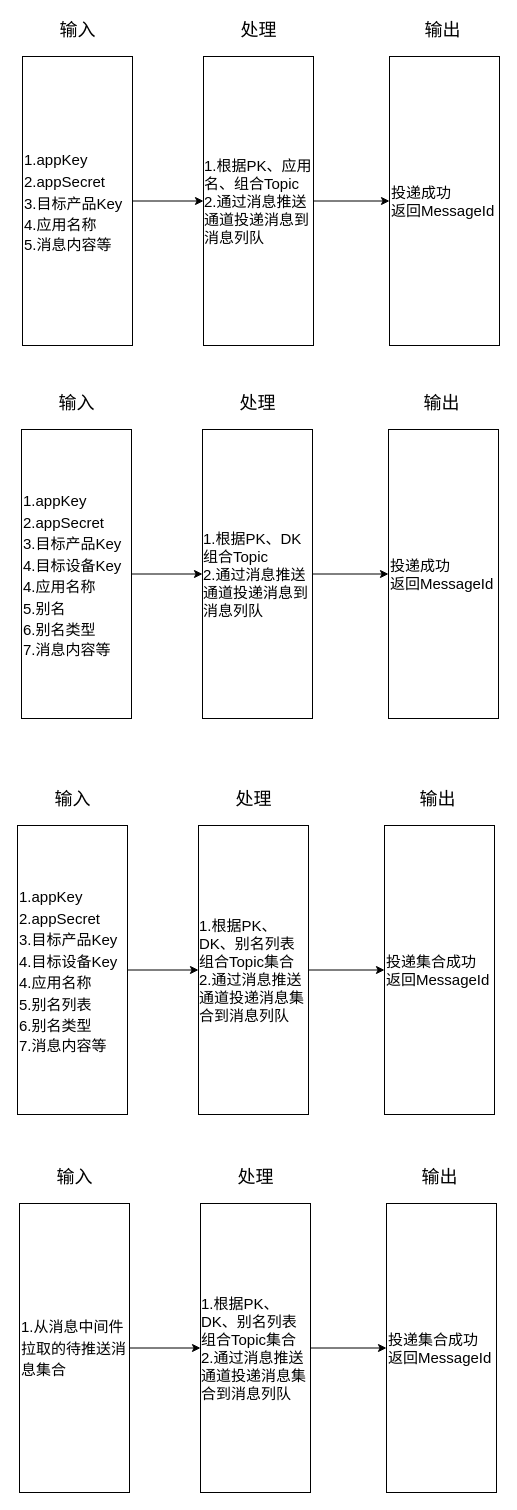
Earlier version of the draw.io diagram 设备消息解析IPO.drawio (wjwzero/DesignDrawing-). Source tidied: cells renumbered, new cells numbered last; positions are measured from the earlier drawing's top-left corner, leaving out a move shared by most shapes. Both pictures are drawn from the tidied source at 100%, with x=0, y=0 at pixel (17, 17).
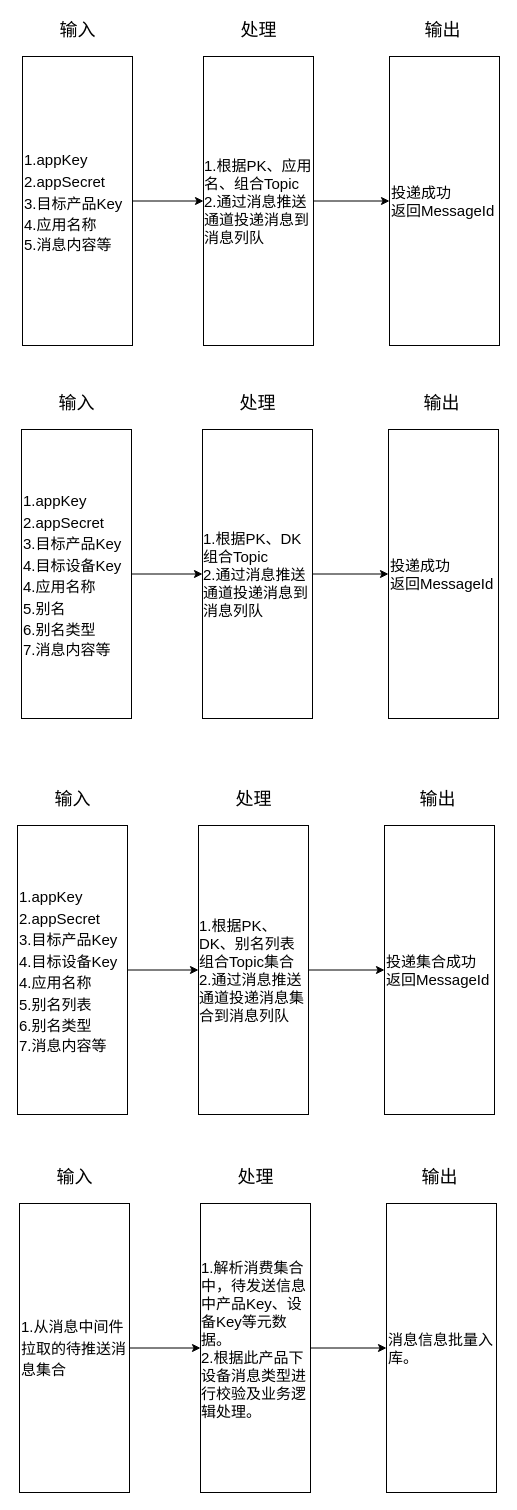
Above is the later version.

Commit message:
更新设备消息解析IPO.drawio

The change refers to these unchanged cells:
```xml
<mxCell id="39" style="group;" parent="38" vertex="1">
  <mxGeometry x="367" width="110" height="328" as="geometry" />
</mxCell>
<mxCell id="42" style="group;" parent="38" vertex="1">
  <mxGeometry x="181" width="110" height="328" as="geometry" />
</mxCell>
```

What changed in the source:
```diff
@@
-    <mxCell id="40" value="投递集合成功&lt;br&gt;返回MessageId" style="rounded=0;whiteSpace=wrap;html=1;fontSize=15;align=left;" parent="39" vertex="1">
+    <mxCell id="40" value="消息信息批量入库。" style="rounded=0;whiteSpace=wrap;html=1;fontSize=15;align=left;" parent="39" vertex="1">
       <mxGeometry y="39" width="110" height="289" as="geometry" />
     </mxCell>
@@
-    <mxCell id="43" value="&lt;div style=&quot;text-align: left&quot;&gt;&lt;span&gt;1.根据PK、DK、别名列表组合Topic集合&lt;/span&gt;&lt;/div&gt;&lt;font style=&quot;font-size: 15px&quot;&gt;&lt;div style=&quot;text-align: left&quot;&gt;&lt;span&gt;2.通过消息推送通道投递消息集合到消息列队&lt;/span&gt;&lt;/div&gt;&lt;/font&gt;" style="rounded=0;whiteSpace=wrap;html=1;fontSize=15;" parent="42" vertex="1">
+    <mxCell id="43" value="&lt;div style=&quot;text-align: left&quot;&gt;1.解析消费集合中，待发送信息中产品Key、设备Key等元数据。&lt;br&gt;2.根据此产品下设备消息类型进行校验及业务逻辑处理。&lt;/div&gt;&lt;div style=&quot;text-align: left&quot;&gt;&lt;br&gt;&lt;/div&gt;" style="rounded=0;whiteSpace=wrap;html=1;fontSize=15;" parent="42" vertex="1">
       <mxGeometry y="39" width="110" height="289" as="geometry" />
     </mxCell>
```
